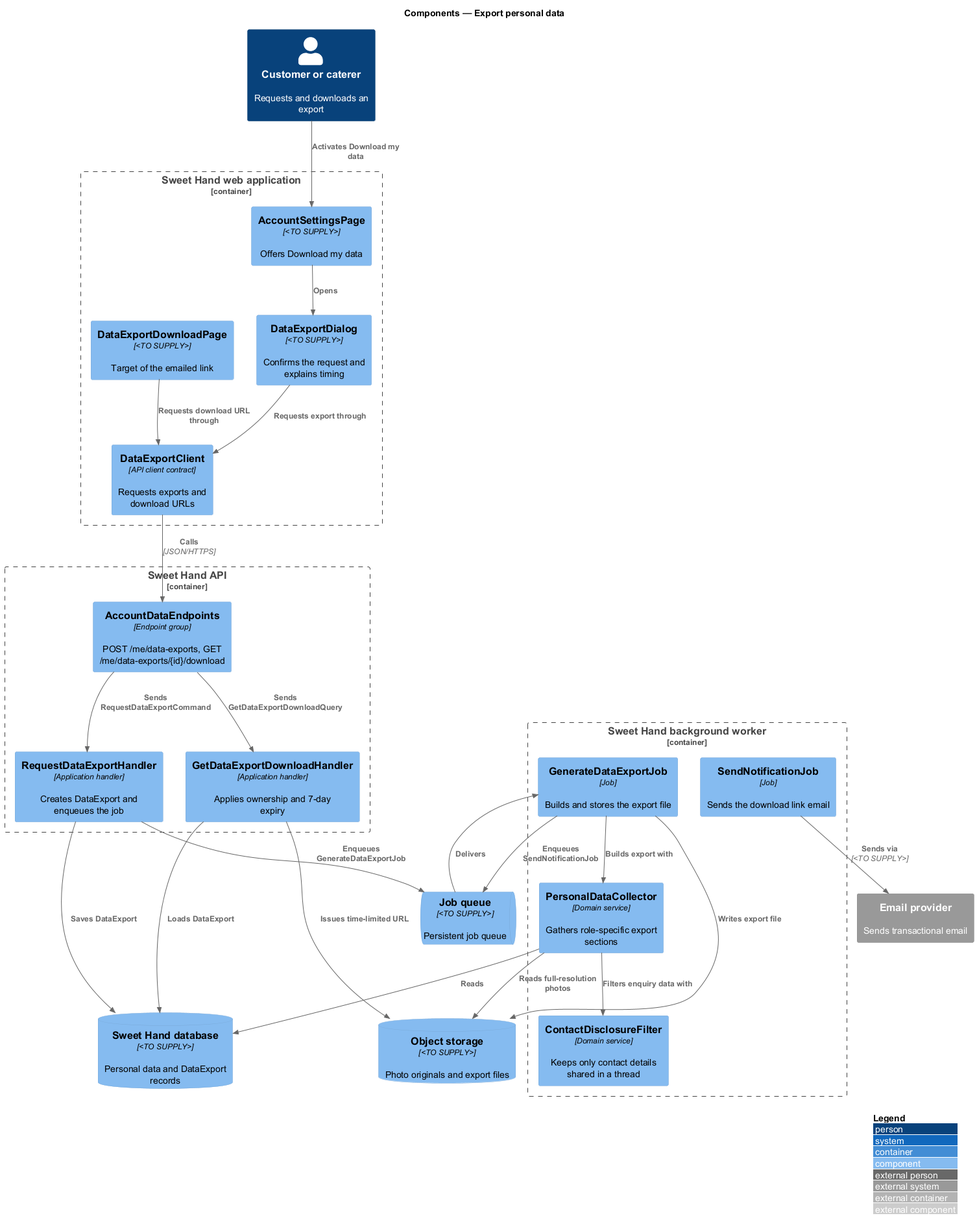
Before: docs/detailed-designs/privacy/export-personal-data/diagrams/c4-component.png, a diagram exported from PlantUML (QuinntyneBrown/sweet-hand).
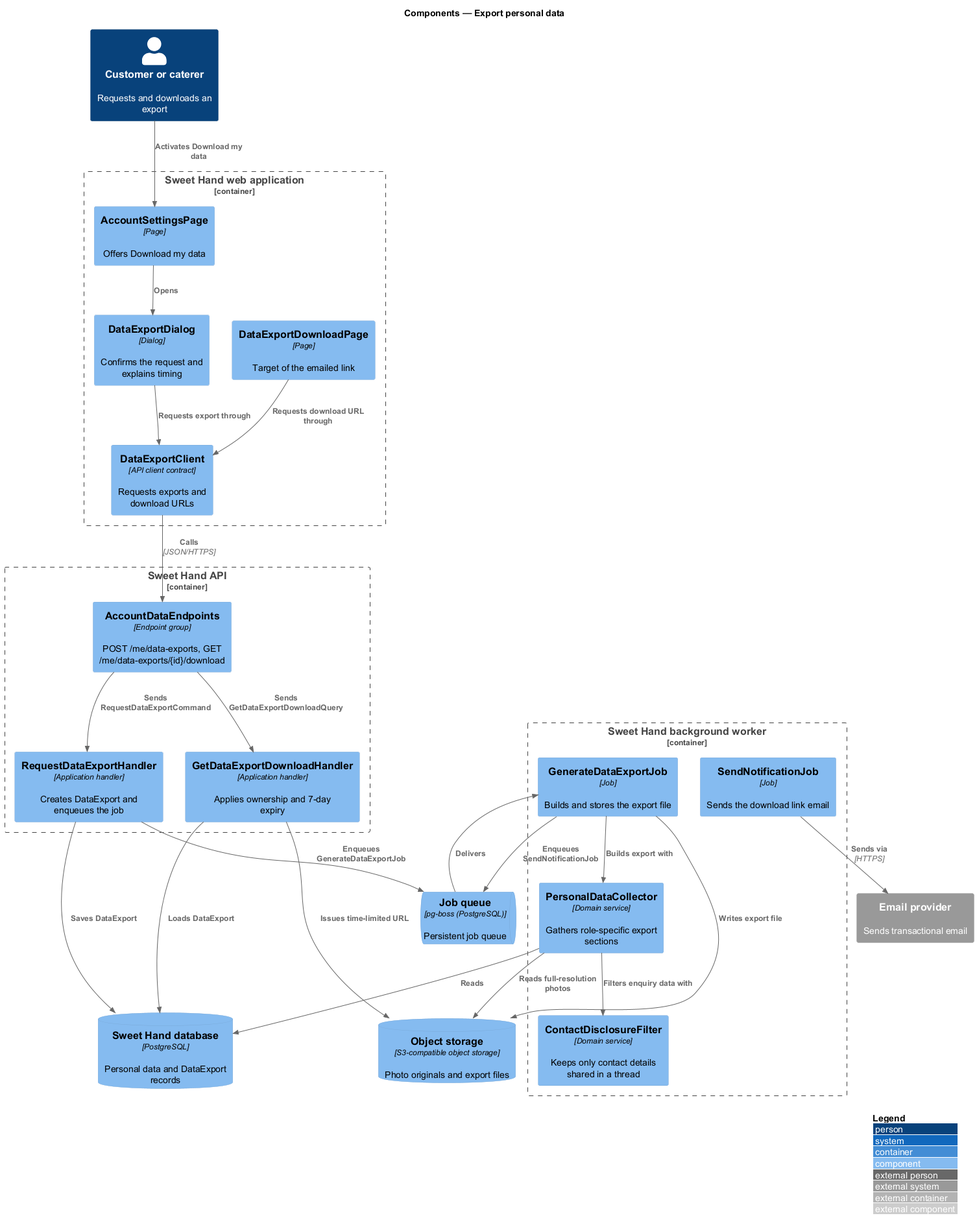
The same diagram one commit later.

Change to the diagram source:
```diff
@@ -6,9 +6,9 @@
 Person(user, "Customer or caterer", "Requests and downloads an export")
 
 Container_Boundary(web, "Sweet Hand web application") {
-  Component(settings, "AccountSettingsPage", "<TO SUPPLY>", "Offers Download my data")
-  Component(dialog, "DataExportDialog", "<TO SUPPLY>", "Confirms the request and explains timing")
-  Component(downloadPage, "DataExportDownloadPage", "<TO SUPPLY>", "Target of the emailed link")
+  Component(settings, "AccountSettingsPage", "Page", "Offers Download my data")
+  Component(dialog, "DataExportDialog", "Dialog", "Confirms the request and explains timing")
+  Component(downloadPage, "DataExportDownloadPage", "Page", "Target of the emailed link")
   Component(client, "DataExportClient", "API client contract", "Requests exports and download URLs")
 }
 
@@ -25,9 +25,9 @@
   Component(notify, "SendNotificationJob", "Job", "Sends the download link email")
 }
 
-ComponentDb(db, "Sweet Hand database", "<TO SUPPLY>", "Personal data and DataExport records")
-ComponentDb(storage, "Object storage", "<TO SUPPLY>", "Photo originals and export files")
-ComponentQueue(queue, "Job queue", "<TO SUPPLY>", "Persistent job queue")
+ComponentDb(db, "Sweet Hand database", "PostgreSQL", "Personal data and DataExport records")
+ComponentDb(storage, "Object storage", "S3-compatible object storage", "Photo originals and export files")
+ComponentQueue(queue, "Job queue", "pg-boss (PostgreSQL)", "Persistent job queue")
 System_Ext(email, "Email provider", "Sends transactional email")
 
 Rel(user, settings, "Activates Download my data")
@@ -48,5 +48,5 @@
 Rel(collector, storage, "Reads full-resolution photos")
 Rel(job, storage, "Writes export file")
 Rel(job, queue, "Enqueues SendNotificationJob")
-Rel(notify, email, "Sends via", "<TO SUPPLY>")
+Rel(notify, email, "Sends via", "HTTPS")
 @enduml
```
